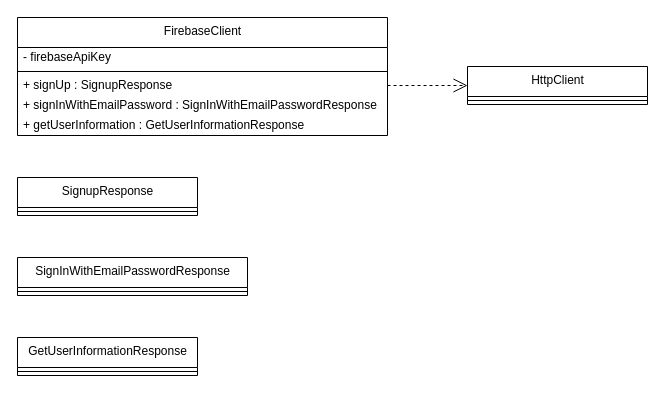
Earlier version of the draw.io diagram page "FirebaseModule" (5 of 7) of project-designs/class-diagrams/ff14-sns.drawio (Mouwf/FF14SNS). Source tidied: cells renumbered, new cells numbered last; positions are measured from the earlier drawing's top-left corner, leaving out a move shared by most shapes. Both pictures are drawn from the tidied source at 100%, with x=0, y=0 at pixel (17, 17).
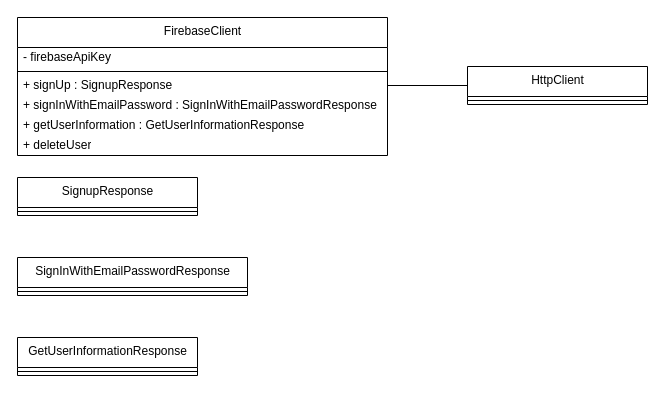
After the change.

The edit, as a diff of the source:
```diff
@@
 <mxGraphModel>
   <root>
     <mxCell id="0" />
     <mxCell id="1" parent="0" />
     <mxCell id="2" value="FirebaseClient" style="swimlane;fontStyle=0;align=center;verticalAlign=top;horizontal=1;startSize=30;html=1;" parent="1" vertex="1">
-      <mxGeometry width="370" height="118" as="geometry" />
+      <mxGeometry width="370" height="138" as="geometry" />
     </mxCell>
     <mxCell id="3" value="- firebaseApiKey" style="text;html=1;strokeColor=none;fillColor=none;align=left;verticalAlign=middle;spacingLeft=4;spacingRight=4;overflow=hidden;" parent="2" vertex="1">
       <mxGeometry y="30" width="370" height="20" as="geometry" />
     </mxCell>
     <mxCell id="4" style="line;strokeWidth=1;fillColor=none;align=left;verticalAlign=middle;spacingTop=-1;spacingLeft=3;spacingRight=3;labelPosition=right;" parent="2" vertex="1">
       <mxGeometry y="50" width="370" height="8" as="geometry" />
     </mxCell>
     <mxCell id="5" value="+ signUp : SignupResponse" style="text;html=1;strokeColor=none;fillColor=none;align=left;verticalAlign=middle;spacingLeft=4;spacingRight=4;overflow=hidden;points=[[0,0.5],[1,0.5]];portConstraint=eastwest;" parent="2" vertex="1">
       <mxGeometry y="58" width="370" height="20" as="geometry" />
     </mxCell>
     <mxCell id="6" value="+ signInWithEmailPassword : SignInWithEmailPasswordResponse" style="text;html=1;strokeColor=none;fillColor=none;align=left;verticalAlign=middle;spacingLeft=4;spacingRight=4;overflow=hidden;" parent="2" vertex="1">
       <mxGeometry y="78" width="370" height="20" as="geometry" />
     </mxCell>
     <mxCell id="7" value="+ getUserInformation : GetUserInformationResponse" style="text;html=1;strokeColor=none;fillColor=none;align=left;verticalAlign=middle;spacingLeft=4;spacingRight=4;overflow=hidden;" parent="2" vertex="1">
       <mxGeometry y="98" width="370" height="20" as="geometry" />
     </mxCell>
+    <mxCell id="17" value="+ deleteUser" style="text;html=1;strokeColor=none;fillColor=none;align=left;verticalAlign=middle;spacingLeft=4;spacingRight=4;overflow=hidden;" parent="2" vertex="1">
+      <mxGeometry y="118" width="370" height="20" as="geometry" />
+    </mxCell>
     <mxCell id="8" value="HttpClient" style="swimlane;fontStyle=0;align=center;verticalAlign=top;horizontal=1;startSize=30;html=1;" parent="1" vertex="1">
       <mxGeometry x="450" y="49" width="180" height="38" as="geometry" />
     </mxCell>
     <mxCell id="9" style="line;strokeWidth=1;fillColor=none;align=left;verticalAlign=middle;spacingTop=-1;spacingLeft=3;spacingRight=3;labelPosition=right;" parent="8" vertex="1">
       <mxGeometry y="30" width="180" height="8" as="geometry" />
     </mxCell>
-    <mxCell id="10" style="edgeStyle=none;html=1;entryX=0;entryY=0.5;entryDx=0;entryDy=0;dashed=1;startSize=6;endSize=12;endArrow=open;endFill=0;" parent="1" edge="1" source="5" target="8">
+    <mxCell id="10" style="edgeStyle=none;html=1;entryX=0;entryY=0.5;entryDx=0;entryDy=0;startSize=6;endSize=12;endArrow=none;endFill=0;" parent="1" edge="1" source="5" target="8">
       <mxGeometry relative="1" as="geometry" />
     </mxCell>
     <mxCell id="11" value="&lt;span style=&quot;text-align: left;&quot;&gt;SignupResponse&lt;/span&gt;" style="swimlane;fontStyle=0;align=center;verticalAlign=top;horizontal=1;startSize=30;html=1;" parent="1" vertex="1">
       <mxGeometry y="160" width="180" height="38" as="geometry" />
     </mxCell>
     <mxCell id="12" style="line;strokeWidth=1;fillColor=none;align=left;verticalAlign=middle;spacingTop=-1;spacingLeft=3;spacingRight=3;labelPosition=right;" parent="11" vertex="1">
       <mxGeometry y="30" width="180" height="8" as="geometry" />
     </mxCell>
     <mxCell id="13" value="&lt;span style=&quot;text-align: left;&quot;&gt;SignInWithEmailPasswordResponse&lt;/span&gt;" style="swimlane;fontStyle=0;align=center;verticalAlign=top;horizontal=1;startSize=30;html=1;" parent="1" vertex="1">
       <mxGeometry y="240" width="230" height="38" as="geometry" />
     </mxCell>
     <mxCell id="14" style="line;strokeWidth=1;fillColor=none;align=left;verticalAlign=middle;spacingTop=-1;spacingLeft=3;spacingRight=3;labelPosition=right;" parent="13" vertex="1">
       <mxGeometry y="30" width="230" height="8" as="geometry" />
     </mxCell>
     <mxCell id="15" value="&lt;span style=&quot;text-align: left;&quot;&gt;GetUserInformationResponse&lt;/span&gt;" style="swimlane;fontStyle=0;align=center;verticalAlign=top;horizontal=1;startSize=30;html=1;" parent="1" vertex="1">
       <mxGeometry y="320" width="180" height="38" as="geometry" />
     </mxCell>
     <mxCell id="16" style="line;strokeWidth=1;fillColor=none;align=left;verticalAlign=middle;spacingTop=-1;spacingLeft=3;spacingRight=3;labelPosition=right;" parent="15" vertex="1">
       <mxGeometry y="30" width="180" height="8" as="geometry" />
     </mxCell>
   </root>
 </mxGraphModel>
```
